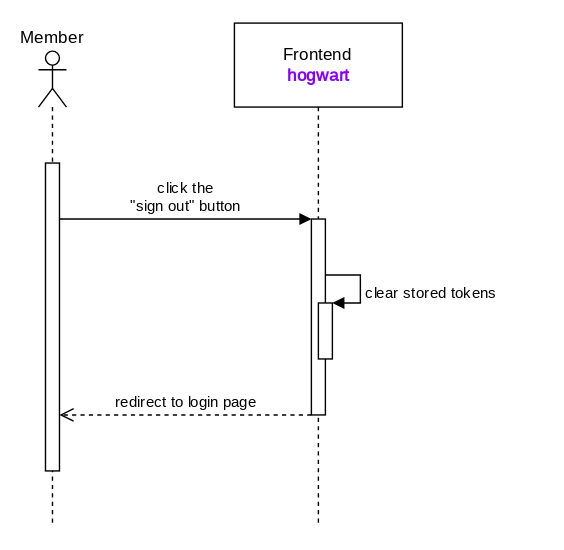
Before: documentation/course/e2/images/sequence-diagram-jobberknoll-logout.drawio.svg, a diagram exported from draw.io (PWR-ACS-SE-24/SoftwareSystemDesign). Source tidied: cells renumbered, new cells last; positions are measured from the earlier drawing's top-left corner, leaving out a move shared by most shapes.
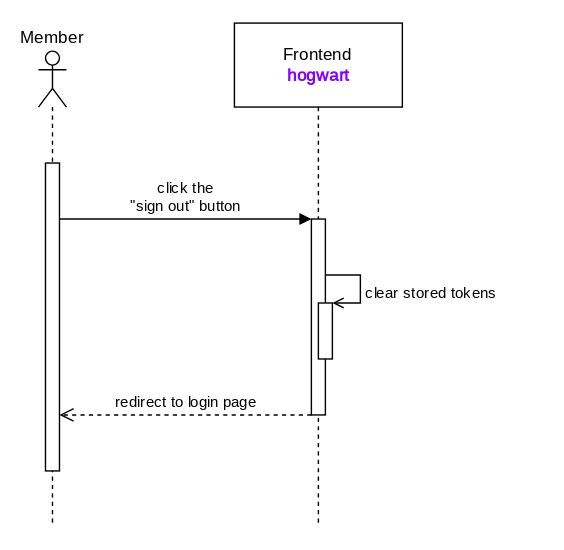
Above is the later version.

The edit, as a diff of the source:
```diff
@@ -11,7 +11,7 @@
     <mxCell id="4" style="html=1;points=[[0,0,0,0,5],[0,1,0,0,-5],[1,0,0,0,5],[1,1,0,0,-5]];perimeter=orthogonalPerimeter;outlineConnect=0;targetShapes=umlLifeline;portConstraint=eastwest;newEdgeStyle={&quot;curved&quot;:0,&quot;rounded&quot;:0};fontFamily=JetBrains Mono;fontSource=https%3A%2F%2Ffonts.googleapis.com%2Fcss%3Ffamily%3DJetBrains%2BMono;" parent="2" vertex="1">
       <mxGeometry x="60" y="200" width="10" height="40" as="geometry" />
     </mxCell>
-    <mxCell id="5" value="&lt;div&gt;clear stored tokens&lt;br&gt;&lt;/div&gt;" style="html=1;align=left;spacingLeft=2;endArrow=block;rounded=0;edgeStyle=orthogonalEdgeStyle;curved=0;rounded=0;fontFamily=JetBrains Mono;fontSource=https%3A%2F%2Ffonts.googleapis.com%2Fcss%3Ffamily%3DJetBrains%2BMono;" parent="2" edge="1" source="3" target="4">
+    <mxCell id="5" value="&lt;div&gt;clear stored tokens&lt;br&gt;&lt;/div&gt;" style="html=1;align=left;spacingLeft=2;endArrow=open;rounded=0;edgeStyle=orthogonalEdgeStyle;curved=0;rounded=0;fontFamily=JetBrains Mono;fontSource=https%3A%2F%2Ffonts.googleapis.com%2Fcss%3Ffamily%3DJetBrains%2BMono;endFill=0;" parent="2" edge="1" source="3" target="4">
       <mxGeometry x="0.17" relative="1" as="geometry">
         <Array as="points">
           <mxPoint x="90" y="180" />
```
